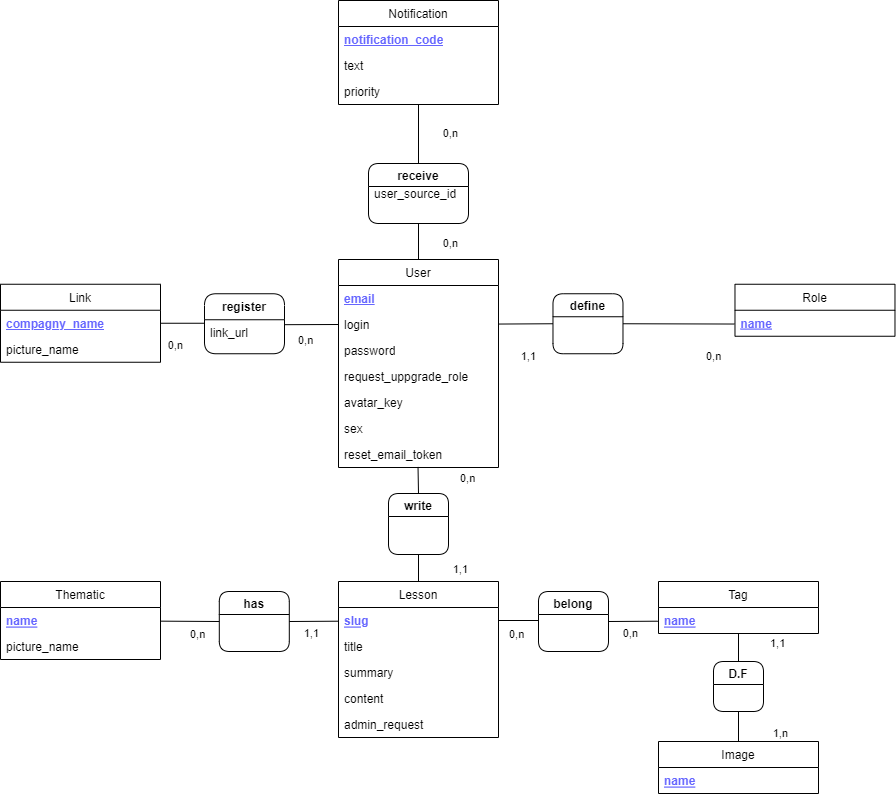
Above: data/MCD.drawio.png in aviateur22/mylesson_v2_back (draw.io), before the change. Source tidied: cells renumbered, new cells last; positions are measured from the earlier drawing's top-left corner, leaving out a move shared by most shapes.
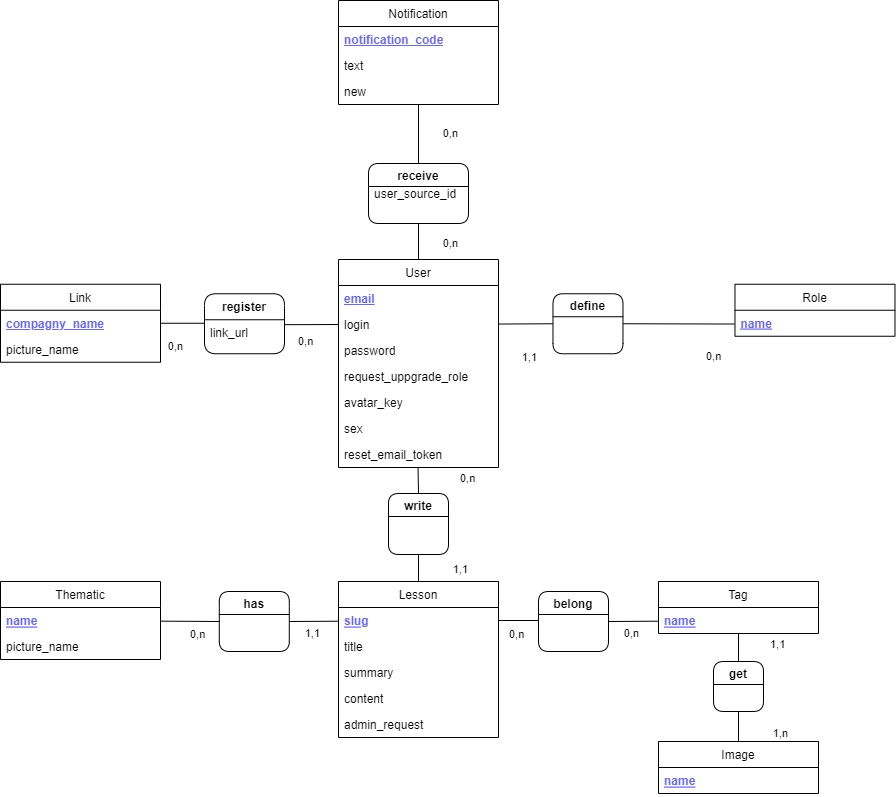
After the change.

Commit message:
update MCD chart

What changed in the source:
```diff
@@ -132,7 +132,7 @@
     <mxCell id="38" value="belong" style="swimlane;rounded=1;" parent="1" vertex="1">
       <mxGeometry x="538" y="591" width="70" height="60" as="geometry" />
     </mxCell>
-    <mxCell id="39" value="D.F" style="swimlane;rounded=1;startSize=23;" parent="1" vertex="1">
+    <mxCell id="39" value="get" style="swimlane;rounded=1;startSize=23;" parent="1" vertex="1">
       <mxGeometry x="713" y="661" width="50" height="50" as="geometry" />
     </mxCell>
     <mxCell id="40" value="write" style="swimlane;rounded=1;" parent="1" vertex="1">
@@ -215,7 +215,7 @@
     <mxCell id="61" value="text" style="text;strokeColor=none;fillColor=none;align=left;verticalAlign=top;spacingLeft=4;spacingRight=4;overflow=hidden;" parent="59" vertex="1">
       <mxGeometry y="52" width="160" height="26" as="geometry" />
     </mxCell>
-    <mxCell id="62" value="priority" style="text;strokeColor=none;fillColor=none;align=left;verticalAlign=top;spacingLeft=4;spacingRight=4;overflow=hidden;" parent="59" vertex="1">
+    <mxCell id="62" value="new" style="text;strokeColor=none;fillColor=none;align=left;verticalAlign=top;spacingLeft=4;spacingRight=4;overflow=hidden;" parent="59" vertex="1">
       <mxGeometry y="78" width="160" height="26" as="geometry" />
     </mxCell>
     <mxCell id="63" value="receive" style="swimlane;rounded=1;" parent="1" vertex="1">
```
